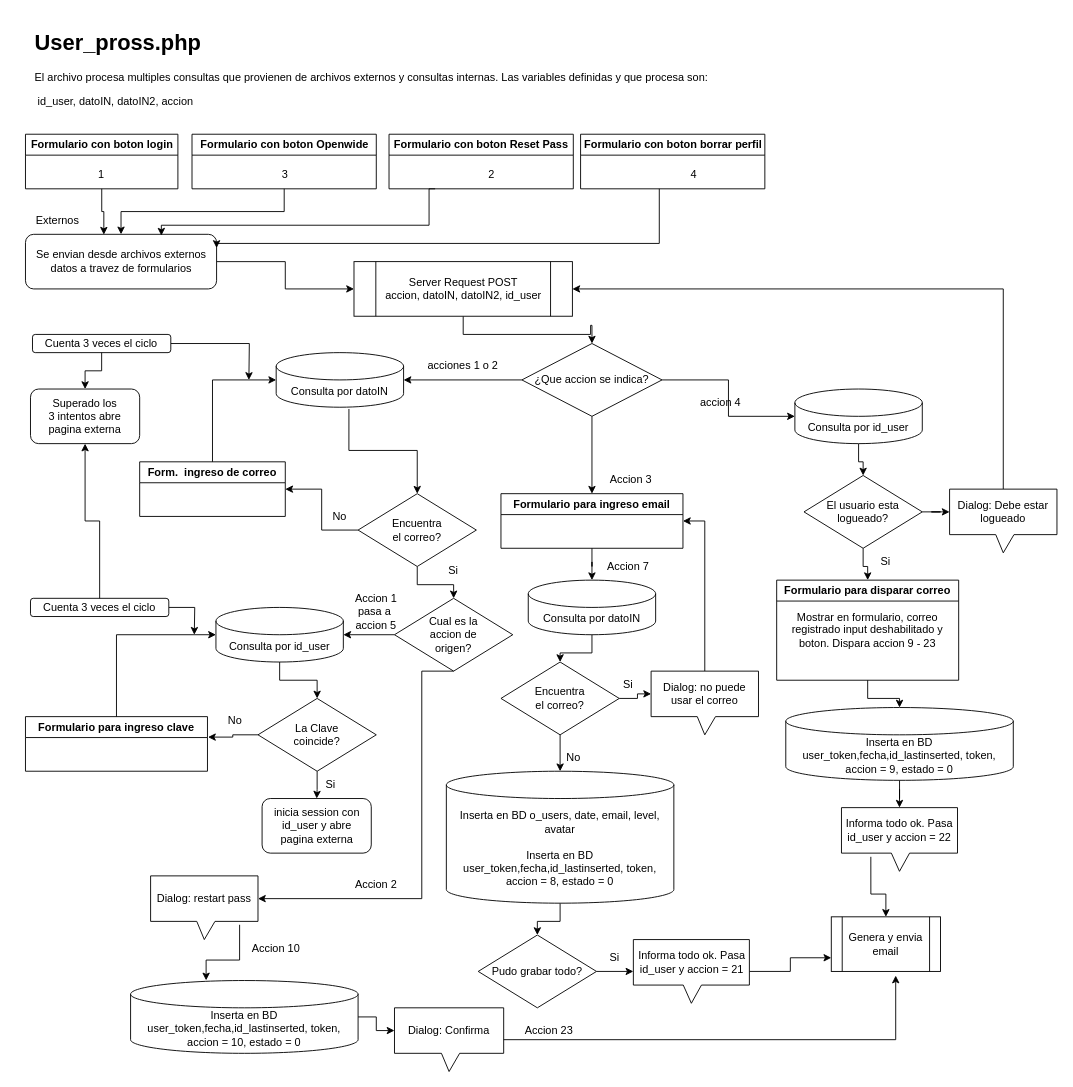
MaxiFranz/TrayectoP keeps this draw.io diagram as user_prossphp.drawio. Above is the earlier version. Source tidied: cells renumbered, new cells numbered last; positions are measured from the earlier drawing's top-left corner, leaving out a move shared by most shapes. Both pictures are drawn from the tidied source at 91%, with x=0, y=0 at pixel (25, 25).
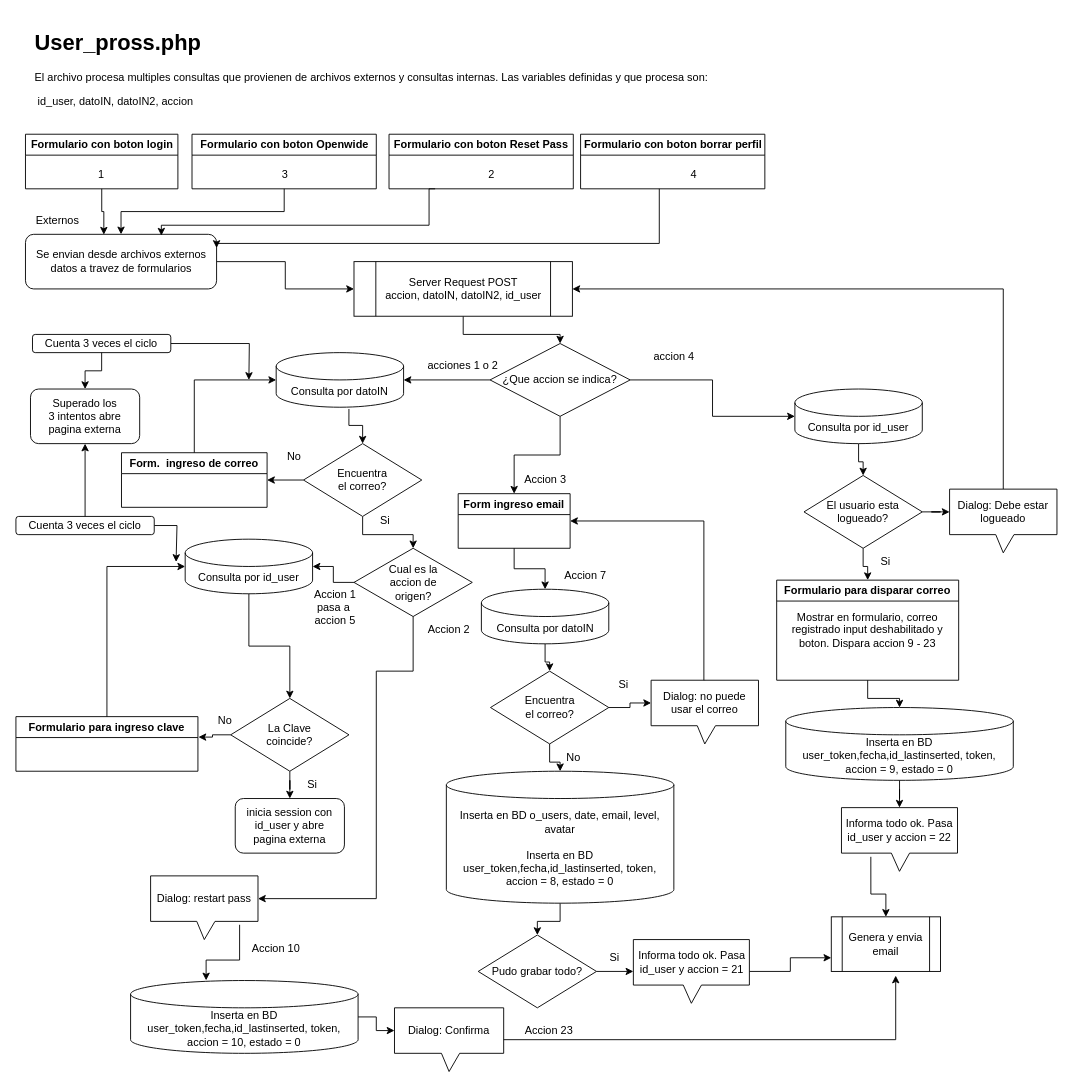
The same diagram, later.

Unchanged cells that the change refers to:
```xml
<mxCell id="86" value="Dialog: restart pass" style="shape=callout;whiteSpace=wrap;html=1;perimeter=calloutPerimeter;size=20;position=0.43;" parent="1" vertex="1">
  <mxGeometry x="138" y="935" width="118" height="70" as="geometry" />
</mxCell>
```

The edit, as a diff of the source:
```diff
@@
     <mxCell id="23" value="¿Que accion se indica?" style="rhombus;whiteSpace=wrap;html=1;" parent="1" vertex="1">
-      <mxGeometry x="546" y="350" width="154" height="80" as="geometry" />
+      <mxGeometry x="511" y="350" width="154" height="80" as="geometry" />
     </mxCell>
@@
     <mxCell id="29" value="Encuentra &lt;br&gt;el correo?" style="rhombus;whiteSpace=wrap;html=1;" parent="1" vertex="1">
-      <mxGeometry x="366" y="515" width="130" height="80" as="geometry" />
+      <mxGeometry x="306" y="460" width="130" height="80" as="geometry" />
     </mxCell>
     <mxCell id="30" value="Form.  ingreso de correo" style="swimlane;startSize=23;" parent="1" vertex="1">
-      <mxGeometry x="126" y="480" width="160" height="60" as="geometry" />
+      <mxGeometry x="106" y="470" width="160" height="60" as="geometry" />
     </mxCell>
     <mxCell id="31" value="Si" style="text;html=1;strokeColor=none;fillColor=none;align=center;verticalAlign=middle;whiteSpace=wrap;rounded=0;" parent="1" vertex="1">
-      <mxGeometry x="451" y="585" width="40" height="30" as="geometry" />
+      <mxGeometry x="376" y="530" width="40" height="30" as="geometry" />
     </mxCell>
@@
     <mxCell id="33" value="Cual es la &lt;br&gt;accion de &lt;br&gt;origen?" style="rhombus;whiteSpace=wrap;html=1;" parent="1" vertex="1">
-      <mxGeometry x="406" y="630" width="130" height="80" as="geometry" />
+      <mxGeometry x="361.5" y="575" width="130" height="75" as="geometry" />
     </mxCell>
@@
     <mxCell id="35" value="Accion 1&lt;br&gt;pasa a&amp;nbsp;&lt;br&gt;accion 5" style="text;html=1;strokeColor=none;fillColor=none;align=center;verticalAlign=middle;whiteSpace=wrap;rounded=0;" parent="1" vertex="1">
-      <mxGeometry x="346" y="630" width="80" height="30" as="geometry" />
+      <mxGeometry x="300.5" y="625" width="80" height="30" as="geometry" />
     </mxCell>
@@
     <mxCell id="37" value="Consulta por id_user" style="shape=cylinder3;whiteSpace=wrap;html=1;boundedLbl=1;backgroundOutline=1;size=15;" parent="1" vertex="1">
-      <mxGeometry x="209.8" y="640" width="140" height="60" as="geometry" />
+      <mxGeometry x="176" y="565" width="140" height="60" as="geometry" />
     </mxCell>
@@
     <mxCell id="39" value="La Clave&lt;br&gt;coincide?" style="rhombus;whiteSpace=wrap;html=1;" parent="1" vertex="1">
-      <mxGeometry x="256" y="740" width="130" height="80" as="geometry" />
+      <mxGeometry x="226" y="740" width="130" height="80" as="geometry" />
     </mxCell>
     <mxCell id="40" value="No" style="text;html=1;strokeColor=none;fillColor=none;align=center;verticalAlign=middle;whiteSpace=wrap;rounded=0;" parent="1" vertex="1">
-      <mxGeometry x="316" y="525" width="60" height="30" as="geometry" />
+      <mxGeometry x="266" y="460" width="60" height="30" as="geometry" />
     </mxCell>
     <mxCell id="41" value="Formulario para ingreso clave" style="swimlane;" parent="1" vertex="1">
-      <mxGeometry x="0.5" y="760" width="200" height="60" as="geometry" />
+      <mxGeometry x="-10" y="760" width="200" height="60" as="geometry" />
     </mxCell>
@@
     <mxCell id="44" value="No" style="text;html=1;strokeColor=none;fillColor=none;align=center;verticalAlign=middle;whiteSpace=wrap;rounded=0;" parent="1" vertex="1">
-      <mxGeometry x="200.5" y="750" width="60" height="30" as="geometry" />
+      <mxGeometry x="190" y="750" width="60" height="30" as="geometry" />
     </mxCell>
@@
     <mxCell id="47" style="edgeStyle=orthogonalEdgeStyle;rounded=0;jettySize=auto;html=1;" parent="1" edge="1" source="48">
       <mxGeometry relative="1" as="geometry">
-        <mxPoint x="186" y="670" as="targetPoint" />
+        <mxPoint x="166" y="590" as="targetPoint" />
+        <Array as="points">
+          <mxPoint x="167" y="550" />
+          <mxPoint x="167" y="590" />
+        </Array>
       </mxGeometry>
     </mxCell>
     <mxCell id="48" value="Cuenta 3 veces el ciclo" style="rounded=1;whiteSpace=wrap;html=1;" parent="1" vertex="1">
-      <mxGeometry x="6" y="630" width="152" height="20" as="geometry" />
+      <mxGeometry x="-10" y="540" width="152" height="20" as="geometry" />
     </mxCell>
@@
     <mxCell id="52" value="Si" style="text;html=1;strokeColor=none;fillColor=none;align=center;verticalAlign=middle;whiteSpace=wrap;rounded=0;" parent="1" vertex="1">
-      <mxGeometry x="316" y="820" width="40" height="30" as="geometry" />
+      <mxGeometry x="296" y="820" width="40" height="30" as="geometry" />
     </mxCell>
     <mxCell id="53" value="inicia session con id_user y abre &lt;br&gt;pagina externa" style="rounded=1;whiteSpace=wrap;html=1;" parent="1" vertex="1">
-      <mxGeometry x="260.5" y="850" width="120" height="60" as="geometry" />
+      <mxGeometry x="231" y="850" width="120" height="60" as="geometry" />
     </mxCell>
-    <mxCell id="54" value="Formulario para ingreso email" style="swimlane;" parent="1" vertex="1">
-      <mxGeometry x="523" y="515" width="200" height="60" as="geometry" />
+    <mxCell id="54" value="Form ingreso email" style="swimlane;" parent="1" vertex="1">
+      <mxGeometry x="476" y="515" width="123" height="60" as="geometry" />
     </mxCell>
     <mxCell id="55" value="Accion 3" style="text;html=1;strokeColor=none;fillColor=none;align=center;verticalAlign=middle;whiteSpace=wrap;rounded=0;" parent="1" vertex="1">
-      <mxGeometry x="636" y="485" width="60" height="30" as="geometry" />
+      <mxGeometry x="541.5" y="485" width="60" height="30" as="geometry" />
     </mxCell>
@@
     <mxCell id="57" value="Consulta por datoIN" style="shape=cylinder3;whiteSpace=wrap;html=1;boundedLbl=1;backgroundOutline=1;size=15;" parent="1" vertex="1">
-      <mxGeometry x="553" y="610" width="140" height="60" as="geometry" />
+      <mxGeometry x="501.5" y="620" width="140" height="60" as="geometry" />
     </mxCell>
@@
     <mxCell id="59" value="Accion 7" style="text;html=1;strokeColor=none;fillColor=none;align=center;verticalAlign=middle;whiteSpace=wrap;rounded=0;" parent="1" vertex="1">
-      <mxGeometry x="633" y="580" width="60" height="30" as="geometry" />
+      <mxGeometry x="586" y="590" width="60" height="30" as="geometry" />
     </mxCell>
     <mxCell id="60" value="Encuentra &lt;br&gt;el correo?" style="rhombus;whiteSpace=wrap;html=1;" parent="1" vertex="1">
-      <mxGeometry x="523" y="700" width="130" height="80" as="geometry" />
+      <mxGeometry x="511.5" y="710" width="130" height="80" as="geometry" />
     </mxCell>
-    <mxCell id="61" style="edgeStyle=orthogonalEdgeStyle;rounded=0;jettySize=auto;html=1;entryX=1;entryY=0.5;entryDx=0;entryDy=0;" parent="1" edge="1" source="62" target="54">
-      <mxGeometry relative="1" as="geometry" />
+    <mxCell id="61" style="edgeStyle=orthogonalEdgeStyle;rounded=0;jettySize=auto;html=1;entryX=1;entryY=0.5;entryDx=0;entryDy=0;exitX=0.5;exitY=0;exitDx=0;exitDy=0;exitPerimeter=0;" parent="1" edge="1" source="62" target="54">
+      <mxGeometry relative="1" as="geometry">
+        <Array as="points">
+          <mxPoint x="747" y="745" />
+          <mxPoint x="746" y="545" />
+        </Array>
+      </mxGeometry>
     </mxCell>
     <mxCell id="62" value="Dialog: no puede usar el correo" style="shape=callout;whiteSpace=wrap;html=1;perimeter=calloutPerimeter;size=20;position=0.43;" parent="1" vertex="1">
-      <mxGeometry x="688" y="710" width="118" height="70" as="geometry" />
+      <mxGeometry x="688" y="720" width="118" height="70" as="geometry" />
     </mxCell>
@@
     <mxCell id="64" value="Si" style="text;html=1;strokeColor=none;fillColor=none;align=center;verticalAlign=middle;whiteSpace=wrap;rounded=0;" parent="1" vertex="1">
-      <mxGeometry x="633" y="710" width="60" height="30" as="geometry" />
+      <mxGeometry x="628" y="710" width="60" height="30" as="geometry" />
     </mxCell>
@@
     <mxCell id="77" value="accion 4" style="text;html=1;strokeColor=none;fillColor=none;align=center;verticalAlign=middle;whiteSpace=wrap;rounded=0;" parent="1" vertex="1">
-      <mxGeometry x="716" y="400" width="97" height="30" as="geometry" />
+      <mxGeometry x="665" y="350" width="97" height="30" as="geometry" />
     </mxCell>
@@
     <mxCell id="87" style="edgeStyle=orthogonalEdgeStyle;rounded=0;jettySize=auto;html=1;entryX=0;entryY=0;entryDx=118;entryDy=25;entryPerimeter=0;exitX=0.5;exitY=1;exitDx=0;exitDy=0;" parent="1" edge="1" source="33" target="86">
       <mxGeometry relative="1" as="geometry">
         <Array as="points">
-          <mxPoint x="436" y="710" />
-          <mxPoint x="436" y="960" />
+          <mxPoint x="427" y="710" />
+          <mxPoint x="386" y="710" />
+          <mxPoint x="386" y="960" />
         </Array>
       </mxGeometry>
     </mxCell>
@@
     <mxCell id="89" value="Accion 2" style="text;html=1;strokeColor=none;fillColor=none;align=center;verticalAlign=middle;whiteSpace=wrap;rounded=0;" parent="1" vertex="1">
-      <mxGeometry x="356" y="930" width="60" height="30" as="geometry" />
+      <mxGeometry x="436" y="650" width="60" height="30" as="geometry" />
     </mxCell>
```
